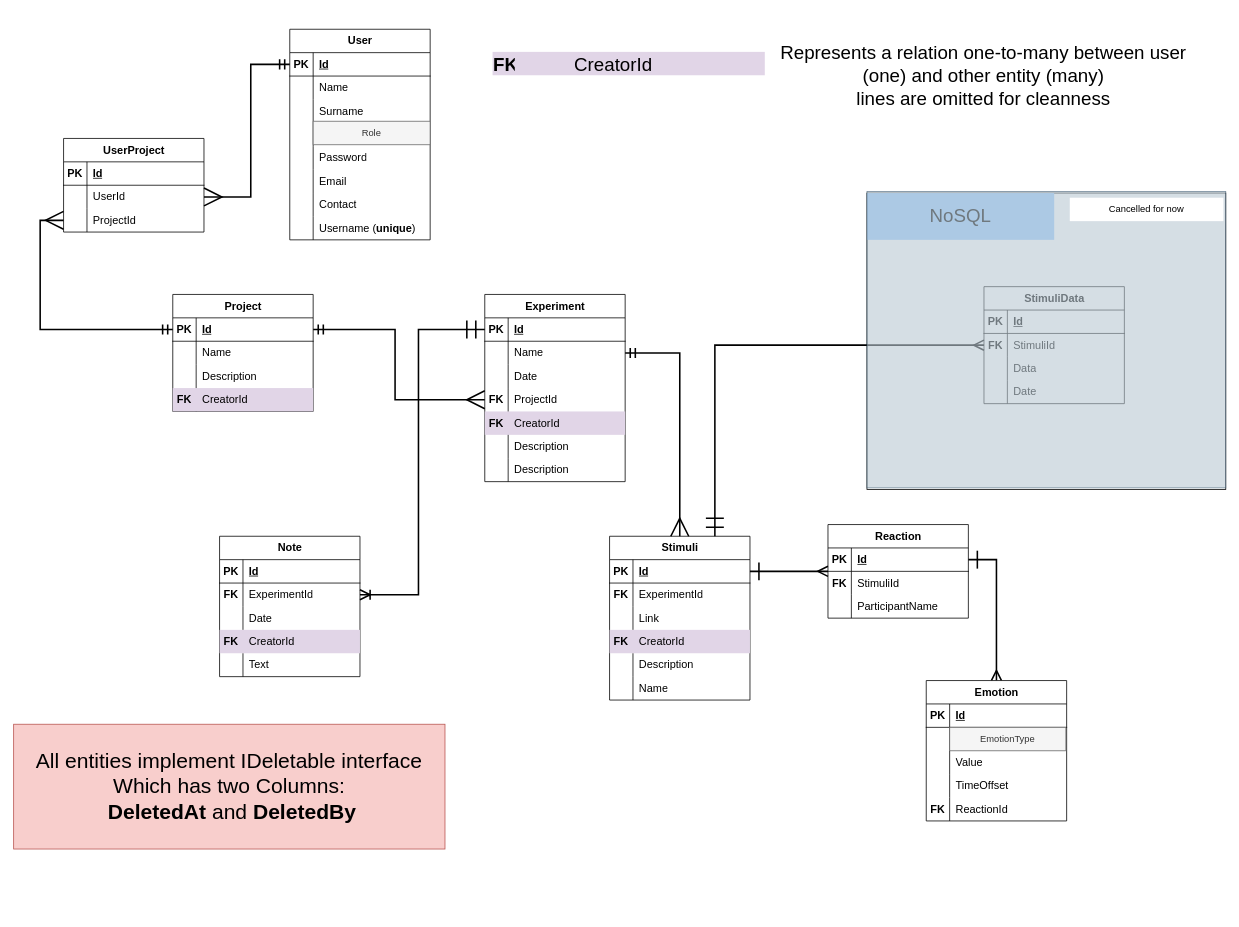
Earlier version of the draw.io diagram page "Class diagram" (1 of 3) of backend/backend_diagrams.drawio (FaceAnalyzer/docs). Source tidied: cells renumbered, new cells numbered last; positions are measured from the earlier drawing's top-left corner, leaving out a move shared by most shapes. Both pictures are drawn from the tidied source at 78%, with x=0, y=0 at pixel (13, 13).
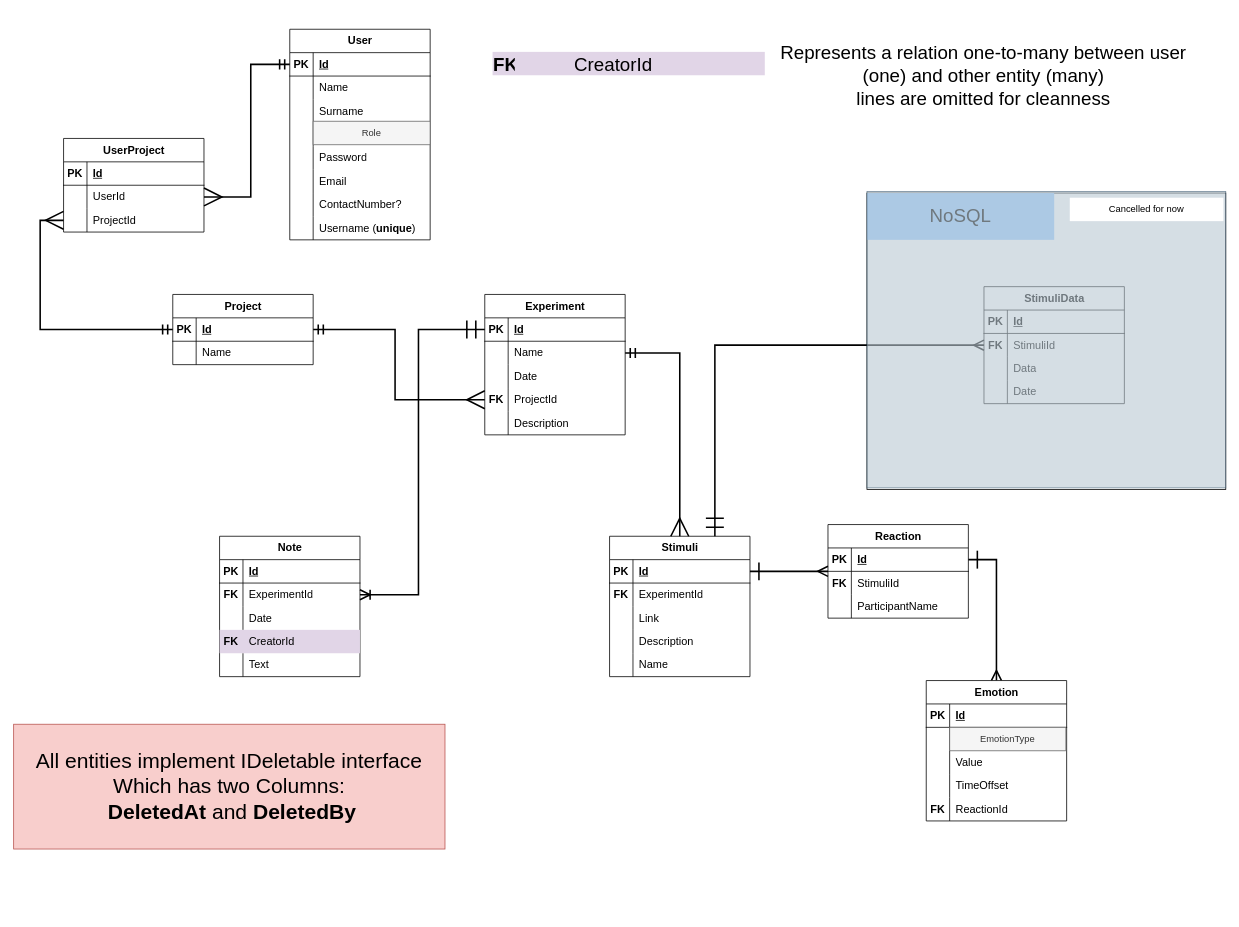
Above is the later version.

Commit message:
Remove CreatorId. ContactNumber is optional

Unchanged cells that the change refers to:
```xml
<mxCell id="21" style="shape=tableRow;horizontal=0;startSize=0;swimlaneHead=0;swimlaneBody=0;fillColor=none;top=0;left=0;right=0;bottom=0;fontSize=14;" parent="2" vertex="1">
  <mxGeometry y="210" width="180" height="30" as="geometry" />
</mxCell>
```

What changed in the source:
```diff
@@
-    <mxCell id="23" value="Contact" style="shape=partialRectangle;fillColor=none;top=0;left=0;bottom=0;right=0;align=left;spacingLeft=6;overflow=hidden;whiteSpace=wrap;html=1;fontSize=14;" parent="21" vertex="1">
+    <mxCell id="23" value="ContactNumber?" style="shape=partialRectangle;fillColor=none;top=0;left=0;bottom=0;right=0;align=left;spacingLeft=6;overflow=hidden;whiteSpace=wrap;html=1;fontSize=14;" parent="21" vertex="1">
       <mxGeometry x="30" width="150" height="30" as="geometry" />
     </mxCell>
@@
     <mxCell id="27" value="Project" style="shape=table;startSize=30;childLayout=tableLayout;rowLines=0;fontStyle=1;align=center;html=1;fontSize=14;" parent="1" vertex="1">
-      <mxGeometry x="204" y="360" width="180" height="150" as="geometry" />
+      <mxGeometry x="204" y="360" width="180" height="90" as="geometry" />
     </mxCell>
@@
-    <mxCell id="34" style="shape=tableRow;horizontal=0;startSize=0;swimlaneHead=0;swimlaneBody=0;fillColor=none;top=0;left=0;right=0;bottom=0;fontSize=14;" parent="27" vertex="1">
-      <mxGeometry y="90" width="180" height="30" as="geometry" />
-    </mxCell>
-    <mxCell id="35" style="shape=partialRectangle;fillColor=none;top=0;left=0;bottom=0;right=0;overflow=hidden;whiteSpace=wrap;html=1;fontSize=14;" parent="34" vertex="1">
-      <mxGeometry width="30" height="30" as="geometry" />
-    </mxCell>
-    <mxCell id="36" value="Description" style="shape=partialRectangle;fillColor=none;top=0;left=0;bottom=0;right=0;align=left;spacingLeft=6;overflow=hidden;whiteSpace=wrap;html=1;fontSize=14;" parent="34" vertex="1">
-      <mxGeometry x="30" width="150" height="30" as="geometry" />
-    </mxCell>
-    <mxCell id="37" style="shape=tableRow;horizontal=0;startSize=0;swimlaneHead=0;swimlaneBody=0;fillColor=#e1d5e7;top=0;left=0;right=0;bottom=0;fontSize=14;strokeColor=#9673a6;" parent="27" vertex="1">
-      <mxGeometry y="120" width="180" height="30" as="geometry" />
-    </mxCell>
-    <mxCell id="38" value="&lt;b&gt;FK&lt;/b&gt;" style="shape=partialRectangle;fillColor=none;top=0;left=0;bottom=0;right=0;overflow=hidden;whiteSpace=wrap;html=1;fontSize=14;" parent="37" vertex="1">
-      <mxGeometry width="30" height="30" as="geometry" />
-    </mxCell>
-    <mxCell id="39" value="CreatorId" style="shape=partialRectangle;fillColor=none;top=0;left=0;bottom=0;right=0;align=left;spacingLeft=6;overflow=hidden;whiteSpace=wrap;html=1;fontSize=14;" parent="37" vertex="1">
-      <mxGeometry x="30" width="150" height="30" as="geometry" />
-    </mxCell>
     <mxCell id="40" value="Experiment" style="shape=table;startSize=30;childLayout=tableLayout;rowLines=0;fontStyle=1;align=center;html=1;fontSize=14;" parent="1" vertex="1">
-      <mxGeometry x="604" y="360" width="180" height="240" as="geometry" />
+      <mxGeometry x="604" y="360" width="180" height="180" as="geometry" />
     </mxCell>
@@
-    <mxCell id="53" style="shape=tableRow;horizontal=0;startSize=0;swimlaneHead=0;swimlaneBody=0;fillColor=#e1d5e7;top=0;left=0;right=0;bottom=0;fontSize=14;strokeColor=#9673a6;" parent="40" vertex="1">
-      <mxGeometry y="150" width="180" height="30" as="geometry" />
-    </mxCell>
-    <mxCell id="54" value="&lt;b style=&quot;font-size: 14px;&quot;&gt;FK&lt;/b&gt;" style="shape=partialRectangle;fillColor=none;top=0;left=0;bottom=0;right=0;overflow=hidden;whiteSpace=wrap;html=1;fontSize=14;" parent="53" vertex="1">
-      <mxGeometry width="30" height="30" as="geometry" />
-    </mxCell>
-    <mxCell id="55" value="CreatorId" style="shape=partialRectangle;fillColor=none;top=0;left=0;bottom=0;right=0;align=left;spacingLeft=6;overflow=hidden;whiteSpace=wrap;html=1;fontSize=14;" parent="53" vertex="1">
-      <mxGeometry x="30" width="150" height="30" as="geometry" />
-    </mxCell>
     <mxCell id="56" style="shape=tableRow;horizontal=0;startSize=0;swimlaneHead=0;swimlaneBody=0;fillColor=none;top=0;left=0;right=0;bottom=0;fontSize=14;" parent="40" vertex="1">
-      <mxGeometry y="180" width="180" height="30" as="geometry" />
+      <mxGeometry y="150" width="180" height="30" as="geometry" />
     </mxCell>
@@
-    <mxCell id="59" style="shape=tableRow;horizontal=0;startSize=0;swimlaneHead=0;swimlaneBody=0;fillColor=none;top=0;left=0;right=0;bottom=0;fontSize=14;" parent="40" vertex="1">
-      <mxGeometry y="210" width="180" height="30" as="geometry" />
-    </mxCell>
-    <mxCell id="60" style="shape=partialRectangle;fillColor=none;top=0;left=0;bottom=0;right=0;overflow=hidden;whiteSpace=wrap;html=1;fontSize=14;" parent="59" vertex="1">
-      <mxGeometry width="30" height="30" as="geometry" />
-    </mxCell>
-    <mxCell id="61" value="Description" style="shape=partialRectangle;fillColor=none;top=0;left=0;bottom=0;right=0;align=left;spacingLeft=6;overflow=hidden;whiteSpace=wrap;html=1;fontSize=14;" parent="59" vertex="1">
-      <mxGeometry x="30" width="150" height="30" as="geometry" />
-    </mxCell>
@@
     <mxCell id="78" value="Stimuli" style="shape=table;startSize=30;childLayout=tableLayout;rowLines=0;fontStyle=1;align=center;html=1;fontSize=14;" parent="1" vertex="1">
-      <mxGeometry x="764" y="670" width="180" height="210" as="geometry" />
+      <mxGeometry x="764" y="670" width="180" height="180" as="geometry" />
     </mxCell>
@@
-    <mxCell id="88" style="shape=tableRow;horizontal=0;startSize=0;swimlaneHead=0;swimlaneBody=0;fillColor=#e1d5e7;top=0;left=0;right=0;bottom=0;fontSize=14;strokeColor=#9673a6;" parent="78" vertex="1">
-      <mxGeometry y="120" width="180" height="30" as="geometry" />
-    </mxCell>
-    <mxCell id="89" value="&lt;b style=&quot;font-size: 14px;&quot;&gt;FK&lt;br style=&quot;font-size: 14px;&quot;&gt;&lt;/b&gt;" style="shape=partialRectangle;fillColor=none;top=0;left=0;bottom=0;right=0;overflow=hidden;whiteSpace=wrap;html=1;fontSize=14;" parent="88" vertex="1">
-      <mxGeometry width="30" height="30" as="geometry" />
-    </mxCell>
-    <mxCell id="90" value="CreatorId" style="shape=partialRectangle;fillColor=none;top=0;left=0;bottom=0;right=0;align=left;spacingLeft=6;overflow=hidden;whiteSpace=wrap;html=1;fontSize=14;" parent="88" vertex="1">
-      <mxGeometry x="30" width="150" height="30" as="geometry" />
-    </mxCell>
     <mxCell id="91" style="shape=tableRow;horizontal=0;startSize=0;swimlaneHead=0;swimlaneBody=0;fillColor=none;top=0;left=0;right=0;bottom=0;fontSize=14;" parent="78" vertex="1">
-      <mxGeometry y="150" width="180" height="30" as="geometry" />
+      <mxGeometry y="120" width="180" height="30" as="geometry" />
     </mxCell>
@@
     <mxCell id="94" style="shape=tableRow;horizontal=0;startSize=0;swimlaneHead=0;swimlaneBody=0;fillColor=none;top=0;left=0;right=0;bottom=0;fontSize=14;" parent="78" vertex="1">
-      <mxGeometry y="180" width="180" height="30" as="geometry" />
+      <mxGeometry y="150" width="180" height="30" as="geometry" />
     </mxCell>
```
